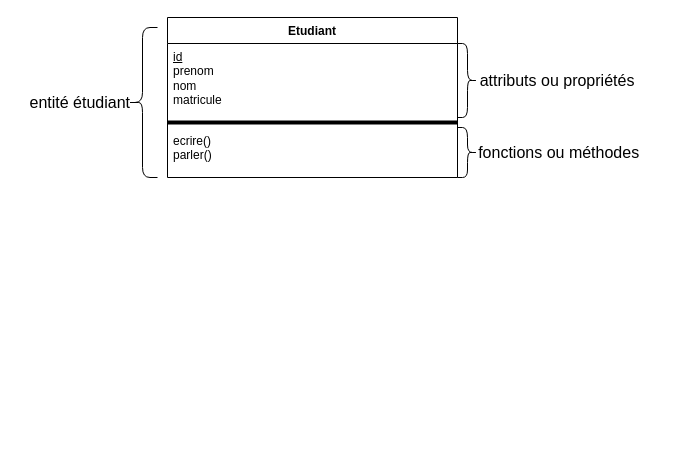
modounianeCode/wolof keeps this draw.io diagram as Diagramme sans nom.drawio. Above is the earlier version. Source tidied: cells renumbered, new cells numbered last; positions are measured from the earlier drawing's top-left corner, leaving out a move shared by most shapes. Both pictures are drawn from the tidied source at 100%, with x=0, y=0 at pixel (17, 17).
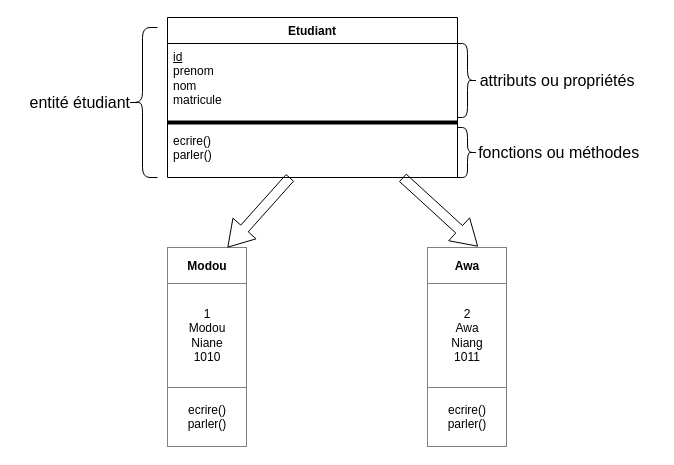
After the change.

Commit message:
Mettre à jour Diagramme sans nom.drawio

Diff of the diagram source:
```diff
@@
 <mxGraphModel>
   <root>
     <mxCell id="0" />
     <mxCell id="1" parent="0" />
     <mxCell id="2" value="Etudiant" style="swimlane;fontStyle=1;align=center;verticalAlign=top;horizontal=1;startSize=26;whiteSpace=wrap;html=1;" parent="1" vertex="1">
       <mxGeometry x="150" width="290" height="160" as="geometry" />
     </mxCell>
     <mxCell id="3" value="&lt;div&gt;&lt;u&gt;id&lt;/u&gt;&lt;/div&gt;&lt;div&gt;prenom&lt;/div&gt;&lt;div&gt;nom&amp;nbsp;&lt;/div&gt;&lt;div&gt;matricule&lt;/div&gt;" style="text;strokeColor=none;fillColor=none;align=left;verticalAlign=top;spacingLeft=4;spacingRight=4;overflow=hidden;whiteSpace=wrap;html=1;" parent="2" vertex="1">
       <mxGeometry y="26" width="290" height="74" as="geometry" />
     </mxCell>
     <mxCell id="4" style="line;strokeWidth=4;html=1;perimeter=backbonePerimeter;" parent="2" vertex="1">
       <mxGeometry y="100" width="290" height="10" as="geometry" />
     </mxCell>
     <mxCell id="5" value="&lt;div&gt;ecrire()&lt;/div&gt;&lt;div&gt;parler()&lt;/div&gt;" style="text;strokeColor=none;fillColor=none;align=left;verticalAlign=top;spacingLeft=4;spacingRight=4;overflow=hidden;points=[[0,0.5],[1,0.5]];portConstraint=eastwest;whiteSpace=wrap;html=1;" parent="2" vertex="1">
       <mxGeometry y="110" width="290" height="50" as="geometry" />
     </mxCell>
     <mxCell id="6" style="edgeStyle=none;curved=1;rounded=0;orthogonalLoop=1;jettySize=auto;html=1;entryX=0.5;entryY=0;entryDx=0;entryDy=0;entryPerimeter=0;fontSize=12;startSize=8;endSize=8;" parent="1" edge="1">
       <mxGeometry relative="1" as="geometry">
         <mxPoint x="60" y="30" as="sourcePoint" />
         <mxPoint x="60" y="30" as="targetPoint" />
       </mxGeometry>
     </mxCell>
     <mxCell id="7" style="shape=curlyBracket;whiteSpace=wrap;html=1;rounded=1;labelPosition=left;verticalLabelPosition=middle;align=right;verticalAlign=middle;size=0.5;" parent="1" vertex="1">
       <mxGeometry x="110" y="10" width="30" height="150" as="geometry" />
     </mxCell>
     <mxCell id="8" value="entité étudiant&amp;nbsp;" style="text;html=1;whiteSpace=wrap;strokeColor=none;fillColor=none;align=center;verticalAlign=middle;rounded=0;fontSize=16;" parent="1" vertex="1">
       <mxGeometry y="70" width="130" height="30" as="geometry" />
     </mxCell>
     <mxCell id="9" style="shape=curlyBracket;whiteSpace=wrap;html=1;rounded=1;flipH=1;labelPosition=right;verticalLabelPosition=middle;align=left;verticalAlign=middle;legacyAnchorPoints=0;" parent="1" vertex="1">
       <mxGeometry x="440" y="26" width="20" height="74" as="geometry" />
     </mxCell>
     <mxCell id="10" value="attributs ou propriétés" style="text;html=1;whiteSpace=wrap;strokeColor=none;fillColor=none;align=center;verticalAlign=middle;rounded=0;fontSize=16;" parent="1" vertex="1">
       <mxGeometry x="440" y="48" width="200" height="30" as="geometry" />
     </mxCell>
     <mxCell id="11" style="shape=curlyBracket;whiteSpace=wrap;html=1;rounded=1;flipH=1;labelPosition=right;verticalLabelPosition=middle;align=left;verticalAlign=middle;legacyAnchorPoints=0;size=0.5;" parent="1" vertex="1">
       <mxGeometry x="440" y="110" width="20" height="50" as="geometry" />
     </mxCell>
     <mxCell id="12" value="&amp;nbsp; &amp;nbsp;fonctions ou méthodes" style="text;html=1;whiteSpace=wrap;strokeColor=none;fillColor=none;align=center;verticalAlign=middle;rounded=0;fontSize=16;" parent="1" vertex="1">
       <mxGeometry x="440" y="120" width="190" height="30" as="geometry" />
     </mxCell>
+    <mxCell id="13" value="&lt;table border=&quot;1&quot; width=&quot;100%&quot; height=&quot;100%&quot; cellpadding=&quot;4&quot; style=&quot;width:100%;height:100%;border-collapse:collapse;&quot;&gt;&lt;tbody&gt;&lt;tr&gt;&lt;th align=&quot;center&quot;&gt;Modou&lt;/th&gt;&lt;/tr&gt;&lt;tr&gt;&lt;td align=&quot;center&quot;&gt;1&lt;br&gt;Modou&lt;br&gt;Niane&lt;br&gt;1010&lt;/td&gt;&lt;/tr&gt;&lt;tr&gt;&lt;td align=&quot;center&quot;&gt;ecrire()&lt;br&gt;parler()&lt;/td&gt;&lt;/tr&gt;&lt;/tbody&gt;&lt;/table&gt;" style="text;html=1;whiteSpace=wrap;strokeColor=none;fillColor=none;overflow=fill;" parent="1" vertex="1">
+      <mxGeometry x="150" y="230" width="80" height="200" as="geometry" />
+    </mxCell>
+    <mxCell id="14" value="&lt;table border=&quot;1&quot; width=&quot;100%&quot; height=&quot;100%&quot; cellpadding=&quot;4&quot; style=&quot;width:100%;height:100%;border-collapse:collapse;&quot;&gt;&lt;tbody&gt;&lt;tr&gt;&lt;th align=&quot;center&quot;&gt;Awa&lt;/th&gt;&lt;/tr&gt;&lt;tr&gt;&lt;td align=&quot;center&quot;&gt;2&lt;br&gt;Awa&lt;br&gt;Niang&lt;br&gt;1011&lt;/td&gt;&lt;/tr&gt;&lt;tr&gt;&lt;td align=&quot;center&quot;&gt;ecrire()&lt;br&gt;parler()&lt;/td&gt;&lt;/tr&gt;&lt;/tbody&gt;&lt;/table&gt;" style="text;html=1;whiteSpace=wrap;strokeColor=none;fillColor=none;overflow=fill;" parent="1" vertex="1">
+      <mxGeometry x="410" y="230" width="80" height="200" as="geometry" />
+    </mxCell>
+    <mxCell id="15" style="shape=flexArrow;endArrow=classic;html=1;rounded=0;fontSize=12;startSize=8;endSize=8;curved=1;entryX=0.75;entryY=0;entryDx=0;entryDy=0;" parent="1" edge="1" source="5" target="13">
+      <mxGeometry relative="1" as="geometry" />
+    </mxCell>
+    <mxCell id="16" style="shape=flexArrow;endArrow=classic;html=1;rounded=0;fontSize=12;startSize=8;endSize=8;curved=1;entryX=0.631;entryY=-0.005;entryDx=0;entryDy=0;entryPerimeter=0;" parent="1" edge="1" target="14">
+      <mxGeometry relative="1" as="geometry">
+        <mxPoint x="385" y="160" as="sourcePoint" />
+      </mxGeometry>
+    </mxCell>
   </root>
 </mxGraphModel>
```
